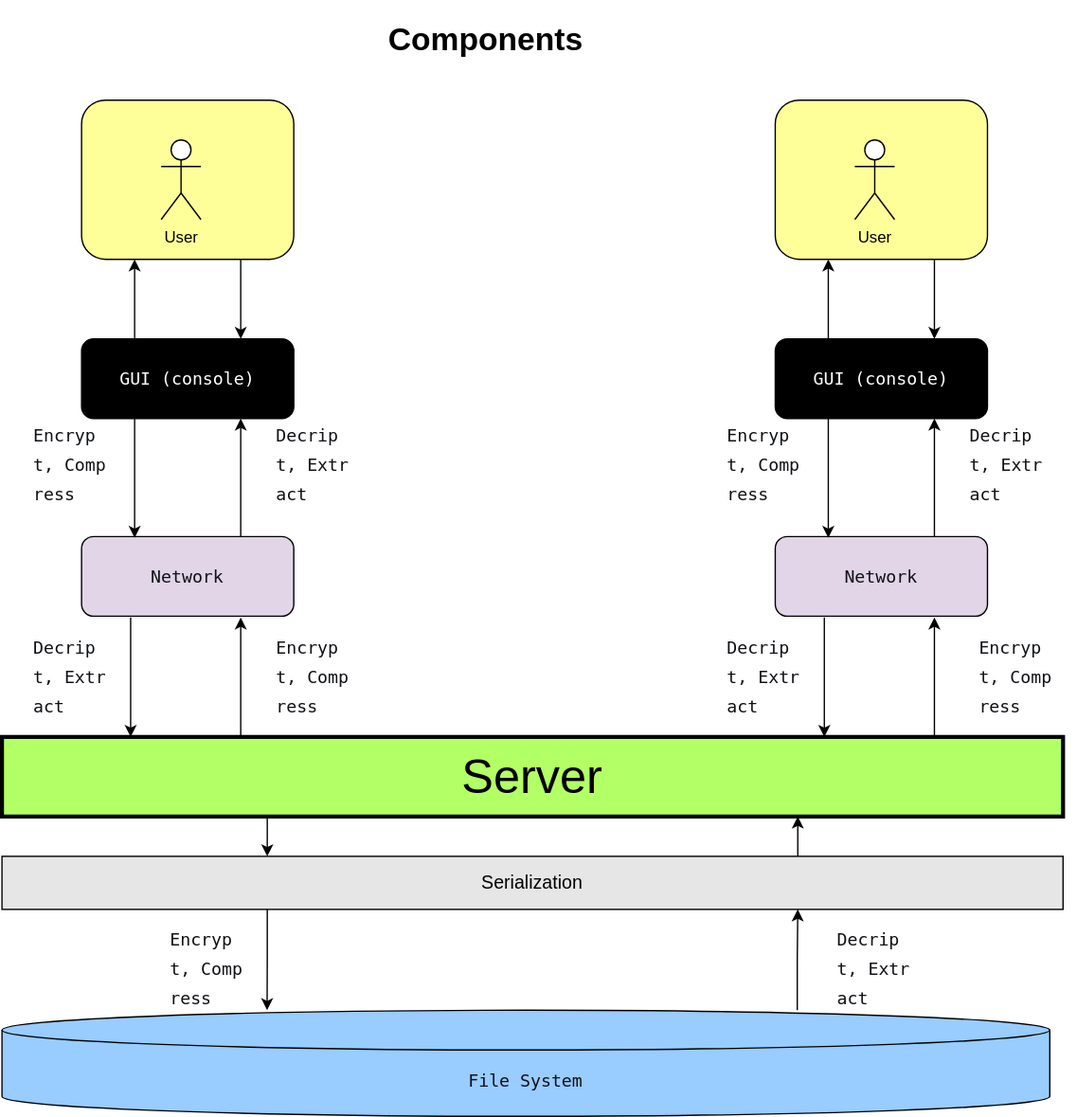
This is Documentation/Components.drawio.svg from CheskisVladimir/MessengerV, a draw.io export, as it was before one commit. Source tidied: cells renumbered, new cells last; positions are measured from the earlier drawing's top-left corner, leaving out a move shared by most shapes.
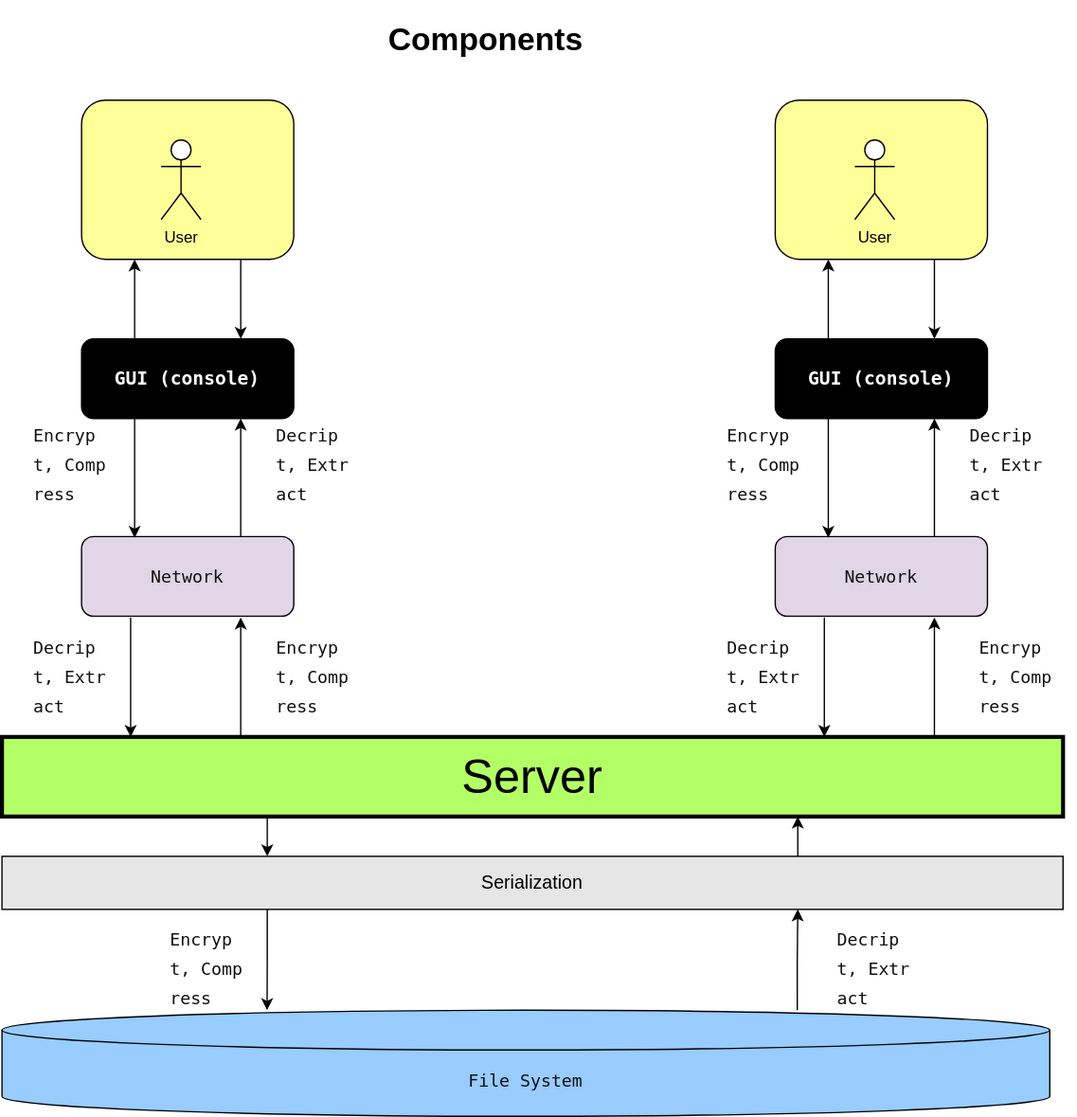
After the change.

The edit, as a diff of the source:
```diff
@@ -20,7 +20,7 @@
     <mxCell id="7" style="edgeStyle=orthogonalEdgeStyle;rounded=0;jettySize=auto;html=1;exitX=0.25;exitY=0;exitDx=0;exitDy=0;entryX=0.25;entryY=1;entryDx=0;entryDy=0;" parent="1" edge="1" source="8" target="3">
       <mxGeometry relative="1" as="geometry" />
     </mxCell>
-    <mxCell id="8" value="&lt;pre style=&quot;font-variant-numeric: normal; font-variant-east-asian: normal; font-variant-alternates: normal; font-size-adjust: none; font-kerning: auto; font-optical-sizing: auto; font-feature-settings: normal; font-variation-settings: normal; font-variant-position: normal; font-variant-emoji: normal; font-stretch: normal; font-size: 13px; line-height: 22px; font-family: Menlo, Monaco, Consolas, &amp;quot;Cascadia Mono&amp;quot;, &amp;quot;Ubuntu Mono&amp;quot;, &amp;quot;DejaVu Sans Mono&amp;quot;, &amp;quot;Liberation Mono&amp;quot;, &amp;quot;JetBrains Mono&amp;quot;, &amp;quot;Fira Code&amp;quot;, Cousine, &amp;quot;Roboto Mono&amp;quot;, &amp;quot;Courier New&amp;quot;, Courier, sans-serif, system-ui; overflow: auto; text-wrap-mode: wrap; word-break: break-all; padding: 16px; text-align: start; margin: 0px !important;&quot;&gt;&lt;font style=&quot;color: rgb(255, 255, 255);&quot;&gt;GUI (console)&lt;/font&gt;&lt;/pre&gt;" style="rounded=1;whiteSpace=wrap;html=1;fillColor=#000000;" parent="1" vertex="1">
+    <mxCell id="8" value="&lt;pre style=&quot;font-variant-numeric: normal; font-variant-east-asian: normal; font-variant-alternates: normal; font-size-adjust: none; font-kerning: auto; font-optical-sizing: auto; font-feature-settings: normal; font-variation-settings: normal; font-variant-position: normal; font-variant-emoji: normal; font-stretch: normal; line-height: 22px; font-family: Menlo, Monaco, Consolas, &amp;quot;Cascadia Mono&amp;quot;, &amp;quot;Ubuntu Mono&amp;quot;, &amp;quot;DejaVu Sans Mono&amp;quot;, &amp;quot;Liberation Mono&amp;quot;, &amp;quot;JetBrains Mono&amp;quot;, &amp;quot;Fira Code&amp;quot;, Cousine, &amp;quot;Roboto Mono&amp;quot;, &amp;quot;Courier New&amp;quot;, Courier, sans-serif, system-ui; overflow: auto; text-wrap-mode: wrap; word-break: break-all; padding: 16px; text-align: start; margin: 0px !important;&quot;&gt;&lt;font style=&quot;color: rgb(255, 255, 255); font-size: 14px;&quot;&gt;&lt;b style=&quot;&quot;&gt;GUI (console)&lt;/b&gt;&lt;/font&gt;&lt;/pre&gt;" style="rounded=1;whiteSpace=wrap;html=1;fillColor=#000000;" parent="1" vertex="1">
       <mxGeometry x="60" y="240" width="160" height="60" as="geometry" />
     </mxCell>
     <mxCell id="9" style="edgeStyle=orthogonalEdgeStyle;rounded=0;jettySize=auto;html=1;exitX=0.25;exitY=1;exitDx=0;exitDy=0;" parent="1" edge="1" source="8">
@@ -67,7 +67,7 @@
     <mxCell id="20" style="edgeStyle=orthogonalEdgeStyle;rounded=0;jettySize=auto;html=1;exitX=0.25;exitY=0;exitDx=0;exitDy=0;entryX=0.25;entryY=1;entryDx=0;entryDy=0;" parent="1" edge="1" source="21" target="16">
       <mxGeometry relative="1" as="geometry" />
     </mxCell>
-    <mxCell id="21" value="&lt;pre style=&quot;font-variant-numeric: normal; font-variant-east-asian: normal; font-variant-alternates: normal; font-size-adjust: none; font-kerning: auto; font-optical-sizing: auto; font-feature-settings: normal; font-variation-settings: normal; font-variant-position: normal; font-variant-emoji: normal; font-stretch: normal; font-size: 13px; line-height: 22px; font-family: Menlo, Monaco, Consolas, &amp;quot;Cascadia Mono&amp;quot;, &amp;quot;Ubuntu Mono&amp;quot;, &amp;quot;DejaVu Sans Mono&amp;quot;, &amp;quot;Liberation Mono&amp;quot;, &amp;quot;JetBrains Mono&amp;quot;, &amp;quot;Fira Code&amp;quot;, Cousine, &amp;quot;Roboto Mono&amp;quot;, &amp;quot;Courier New&amp;quot;, Courier, sans-serif, system-ui; overflow: auto; text-wrap-mode: wrap; word-break: break-all; padding: 16px; text-align: start; margin: 0px !important;&quot;&gt;&lt;font style=&quot;color: rgb(255, 255, 255);&quot;&gt;GUI (console)&lt;/font&gt;&lt;/pre&gt;" style="rounded=1;whiteSpace=wrap;html=1;fillColor=#000000;" parent="1" vertex="1">
+    <mxCell id="21" value="&lt;pre style=&quot;font-variant-numeric: normal; font-variant-east-asian: normal; font-variant-alternates: normal; font-size-adjust: none; font-kerning: auto; font-optical-sizing: auto; font-feature-settings: normal; font-variation-settings: normal; font-variant-position: normal; font-variant-emoji: normal; font-stretch: normal; line-height: 22px; font-family: Menlo, Monaco, Consolas, &amp;quot;Cascadia Mono&amp;quot;, &amp;quot;Ubuntu Mono&amp;quot;, &amp;quot;DejaVu Sans Mono&amp;quot;, &amp;quot;Liberation Mono&amp;quot;, &amp;quot;JetBrains Mono&amp;quot;, &amp;quot;Fira Code&amp;quot;, Cousine, &amp;quot;Roboto Mono&amp;quot;, &amp;quot;Courier New&amp;quot;, Courier, sans-serif, system-ui; overflow: auto; text-wrap-mode: wrap; word-break: break-all; padding: 16px; text-align: start; margin: 0px !important;&quot;&gt;&lt;font style=&quot;color: rgb(255, 255, 255); font-size: 14px;&quot;&gt;&lt;b style=&quot;&quot;&gt;GUI (console)&lt;/b&gt;&lt;/font&gt;&lt;/pre&gt;" style="rounded=1;whiteSpace=wrap;html=1;fillColor=#000000;" parent="1" vertex="1">
       <mxGeometry x="583" y="240" width="160" height="60" as="geometry" />
     </mxCell>
     <mxCell id="22" style="edgeStyle=orthogonalEdgeStyle;rounded=0;jettySize=auto;html=1;exitX=0.25;exitY=1;exitDx=0;exitDy=0;" parent="1" edge="1" source="21">
```
